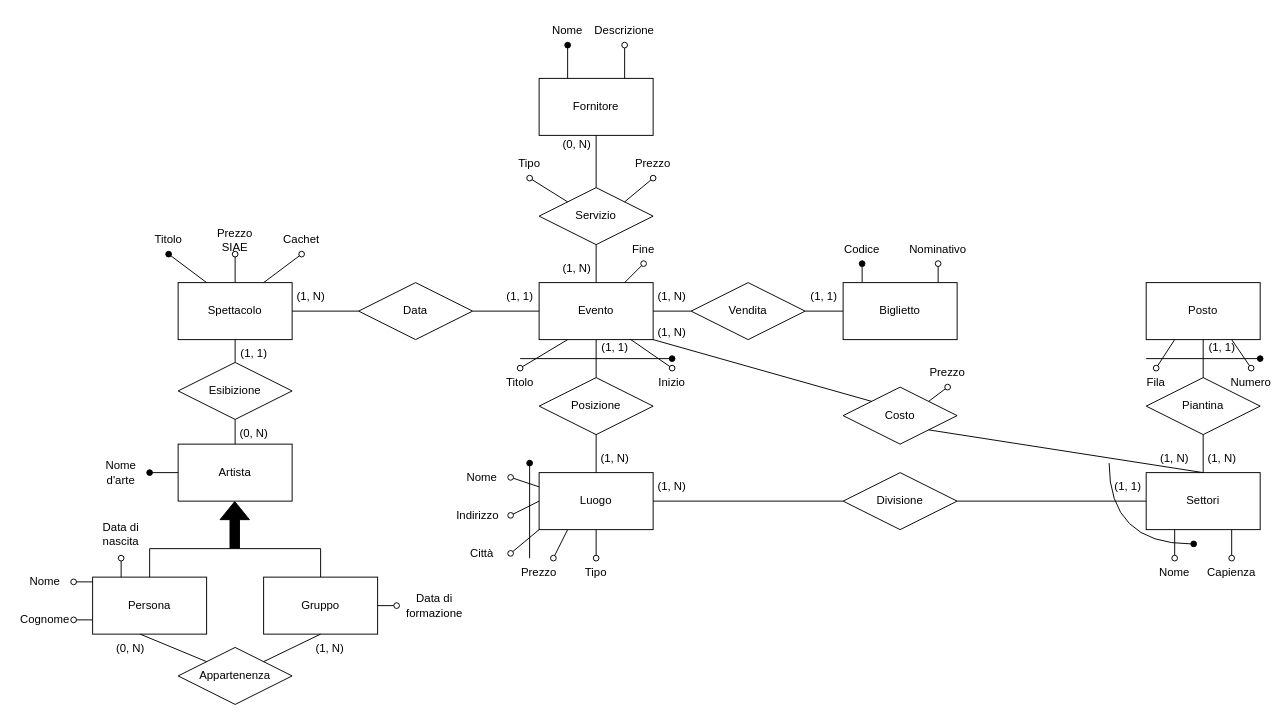
Before: ERLuogo.drawio in lucat1/unibo_90107_progetto, a draw.io diagram. Source tidied: cells renumbered, new cells numbered last; positions are measured from the earlier drawing's top-left corner, leaving out a move shared by most shapes. Both pictures are drawn from the tidied source at 95%, with x=0, y=0 at pixel (16, 16).
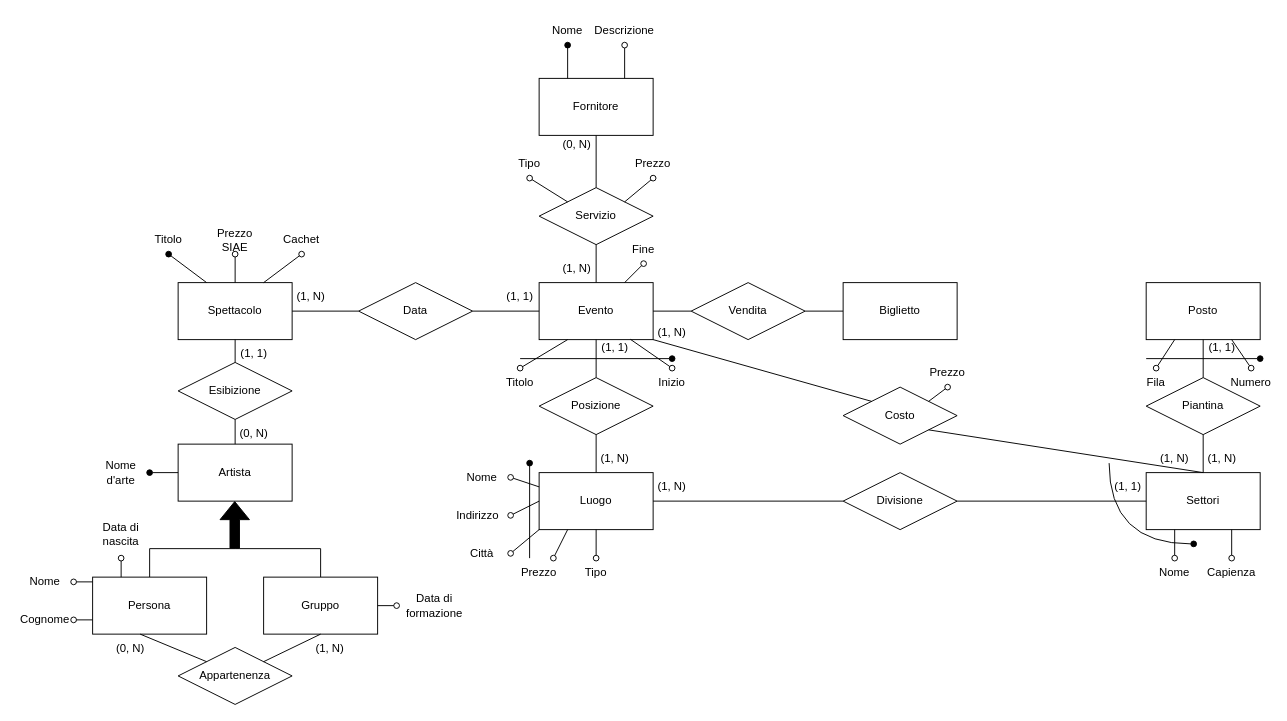
Above is the later version.

What changed in the source:
```diff
@@
-    <mxCell id="31" value="&lt;div&gt;(1, N)&lt;/div&gt;" style="text;html=1;strokeColor=none;fillColor=none;align=center;verticalAlign=middle;whiteSpace=wrap;rounded=0;" parent="1" vertex="1">
-      <mxGeometry x="660" y="280" width="60" height="30" as="geometry" />
-    </mxCell>
-    <mxCell id="32" value="(1, 1)" style="text;html=1;strokeColor=none;fillColor=none;align=center;verticalAlign=middle;whiteSpace=wrap;rounded=0;" parent="1" vertex="1">
-      <mxGeometry x="820" y="280" width="60" height="30" as="geometry" />
-    </mxCell>
@@
-    <mxCell id="62" style="endArrow=oval;html=1;rounded=0;exitX=0.25;exitY=0;exitDx=0;exitDy=0;entryX=0.5;entryY=1;entryDx=0;entryDy=0;endFill=1;" parent="1" edge="1" target="63">
-      <mxGeometry relative="1" as="geometry">
-        <mxPoint x="890" y="280" as="sourcePoint" />
-      </mxGeometry>
-    </mxCell>
-    <mxCell id="63" value="&lt;div&gt;Codice&lt;/div&gt;" style="text;html=1;strokeColor=none;fillColor=none;align=center;verticalAlign=middle;whiteSpace=wrap;rounded=0;" parent="1" vertex="1">
-      <mxGeometry x="860" y="230" width="60" height="30" as="geometry" />
-    </mxCell>
@@
-    <mxCell id="90" value="Nominativo" style="text;html=1;strokeColor=none;fillColor=none;align=center;verticalAlign=middle;whiteSpace=wrap;rounded=0;" parent="1" vertex="1">
-      <mxGeometry x="940" y="230" width="60" height="30" as="geometry" />
-    </mxCell>
@@
-    <mxCell id="95" style="endArrow=oval;html=1;rounded=0;exitX=0.75;exitY=0;exitDx=0;exitDy=0;entryX=0.5;entryY=1;entryDx=0;entryDy=0;endFill=0;" parent="1" edge="1" target="90">
-      <mxGeometry relative="1" as="geometry">
-        <mxPoint x="970" y="280" as="sourcePoint" />
-        <Array as="points">
-          <mxPoint x="970" y="280" />
-        </Array>
-      </mxGeometry>
-    </mxCell>
```
